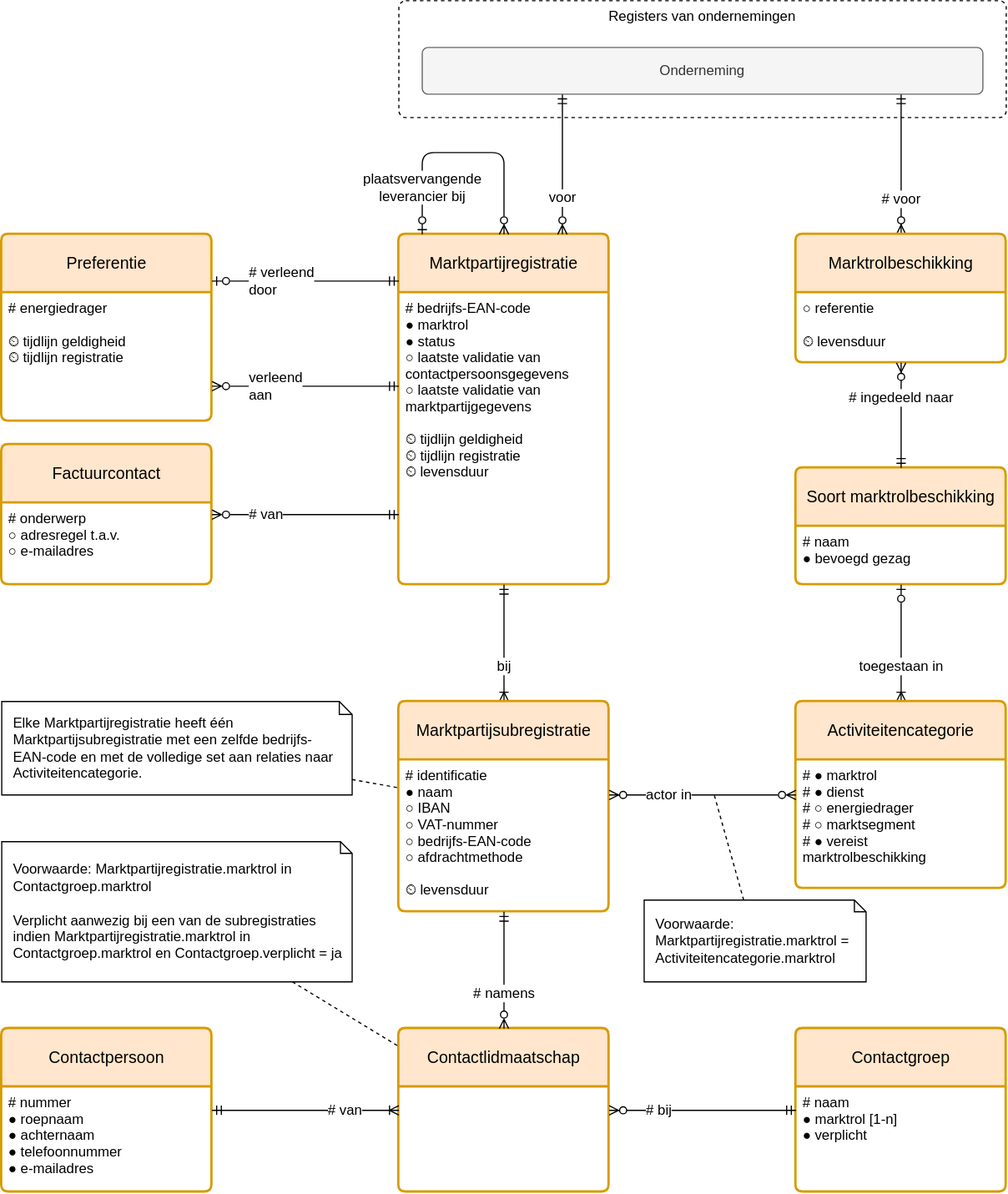
Before: registers/marktpartijenregister/1.7/marktpartijenregister.drawio.svg, a diagram exported from draw.io (netbeheernederland/stelsel). Source tidied: cells renumbered, new cells last; positions are measured from the earlier drawing's top-left corner, leaving out a move shared by most shapes. Its diagram source:
```xml
<mxGraphModel>
  <root>
    <mxCell id="0" />
    <mxCell id="1" parent="0" />
    <mxCell id="2" value="Registers van ondernemingen" style="rounded=1;whiteSpace=wrap;html=1;verticalAlign=top;sketch=0;fontSize=12;dashed=1;arcSize=12;absoluteArcSize=1;" parent="1" vertex="1">
      <mxGeometry x="340" width="520" height="100" as="geometry" />
    </mxCell>
    <mxCell id="3" value="# voor" style="fontSize=12;html=1;endArrow=ERzeroToMany;rounded=0;startArrow=ERmandOne;startFill=0;endFill=1;align=center;edgeStyle=elbowEdgeStyle;entryX=0.5;entryY=0;entryDx=0;entryDy=0;" parent="1" edge="1" source="22" target="4">
      <mxGeometry x="0.5" relative="1" as="geometry" />
    </mxCell>
    <mxCell id="4" value="Marktrolbeschikking" style="swimlane;horizontal=1;startSize=50;rounded=1;fontSize=14;fontStyle=0;strokeWidth=2;shadow=0;dashed=0;align=center;fillColor=#ffe6cc;strokeColor=#d79b00;arcSize=4;whiteSpace=wrap;spacing=10;" parent="1" vertex="1">
      <mxGeometry x="680" y="200" width="180" height="110" as="geometry" />
    </mxCell>
    <mxCell id="5" value="○ referentie&#10;&#10;⏲ levensduur" style="align=left;strokeColor=none;fillColor=none;spacingLeft=4;fontSize=12;verticalAlign=top;" parent="4" vertex="1">
      <mxGeometry y="50" width="180" height="60" as="geometry" />
    </mxCell>
    <mxCell id="6" value="Soort marktrolbeschikking" style="swimlane;horizontal=1;startSize=50;rounded=1;fontSize=14;fontStyle=0;strokeWidth=2;shadow=0;dashed=0;align=center;fillColor=#ffe6cc;strokeColor=#d79b00;arcSize=4;whiteSpace=wrap;spacing=10;" parent="1" vertex="1">
      <mxGeometry x="680" y="400" width="180" height="100" as="geometry" />
    </mxCell>
    <mxCell id="7" value="# naam&#10;● bevoegd gezag" style="align=left;strokeColor=none;fillColor=none;spacingLeft=4;fontSize=12;verticalAlign=top;" parent="6" vertex="1">
      <mxGeometry y="50" width="180" height="50" as="geometry" />
    </mxCell>
    <mxCell id="8" value="# ingedeeld naar" style="fontSize=12;html=1;endArrow=ERmandOne;rounded=0;endFill=0;startArrow=ERzeroToMany;startFill=1;align=center;edgeStyle=elbowEdgeStyle;" parent="1" edge="1" source="4" target="6">
      <mxGeometry x="-0.33" relative="1" as="geometry" />
    </mxCell>
    <mxCell id="9" value="Marktpartijregistratie" style="swimlane;horizontal=1;startSize=50;rounded=1;fontSize=14;fontStyle=0;strokeWidth=2;shadow=0;dashed=0;align=center;fillColor=#ffe6cc;strokeColor=#d79b00;arcSize=4;whiteSpace=wrap;spacing=10;" parent="1" vertex="1">
      <mxGeometry x="340" y="200" width="180" height="300" as="geometry" />
    </mxCell>
    <mxCell id="10" value="# bedrijfs-EAN-code&#10;● marktrol&#10;● status&#10;○ laatste validatie van&#10;   contactpersoonsgegevens&#10;○ laatste validatie van&#10;   marktpartijgegevens&#10;&#10;⏲ tijdlijn geldigheid&#10;⏲ tijdlijn registratie&#10;⏲ levensduur" style="align=left;strokeColor=none;fillColor=none;spacingLeft=4;fontSize=12;verticalAlign=top;" parent="9" vertex="1">
      <mxGeometry y="50" width="180" height="250" as="geometry" />
    </mxCell>
    <mxCell id="11" value="toegestaan in" style="fontSize=12;html=1;endArrow=ERzeroToOne;rounded=0;startArrow=ERoneToMany;startFill=0;endFill=0;edgeStyle=elbowEdgeStyle;align=center;" parent="1" edge="1" source="27" target="6">
      <mxGeometry x="-0.4" relative="1" as="geometry" />
    </mxCell>
    <mxCell id="12" value="voor" style="fontSize=12;html=1;endArrow=ERzeroToMany;rounded=0;startArrow=ERmandOne;startFill=0;endFill=0;edgeStyle=elbowEdgeStyle;align=center;" parent="1" edge="1" source="22" target="9">
      <mxGeometry x="0.5" relative="1" as="geometry">
        <Array as="points">
          <mxPoint x="480" y="150" />
          <mxPoint x="620" y="150" />
        </Array>
        <mxPoint y="-1" as="offset" />
      </mxGeometry>
    </mxCell>
    <mxCell id="13" value="bij" style="fontSize=12;html=1;endArrow=ERmandOne;rounded=0;startArrow=ERoneToMany;startFill=0;endFill=0;align=center;edgeStyle=elbowEdgeStyle;" parent="1" edge="1" source="29" target="9">
      <mxGeometry x="-0.4" relative="1" as="geometry" />
    </mxCell>
    <mxCell id="14" value="Preferentie" style="swimlane;horizontal=1;startSize=50;rounded=1;fontSize=14;fontStyle=0;strokeWidth=2;shadow=0;dashed=0;align=center;fillColor=#ffe6cc;strokeColor=#d79b00;arcSize=4;whiteSpace=wrap;spacing=10;" parent="1" vertex="1">
      <mxGeometry y="200" width="180" height="160" as="geometry" />
    </mxCell>
    <mxCell id="15" value="# energiedrager&#10;&#10;⏲ tijdlijn geldigheid&#10;⏲ tijdlijn registratie" style="align=left;strokeColor=none;fillColor=none;spacingLeft=4;fontSize=12;verticalAlign=top;" parent="14" vertex="1">
      <mxGeometry y="50" width="180" height="110" as="geometry" />
    </mxCell>
    <mxCell id="16" value="verleend&lt;br&gt;aan" style="fontSize=12;html=1;endArrow=ERmandOne;rounded=0;startArrow=ERzeroToMany;startFill=0;endFill=0;align=left;verticalAlign=middle;edgeStyle=elbowEdgeStyle;elbow=vertical;" parent="1" edge="1" source="14" target="9">
      <mxGeometry x="-0.62" relative="1" as="geometry">
        <Array as="points">
          <mxPoint x="280" y="330" />
          <mxPoint x="260" y="300" />
        </Array>
      </mxGeometry>
    </mxCell>
    <mxCell id="17" value="# verleend&lt;br&gt;door" style="fontSize=12;html=1;endArrow=ERmandOne;rounded=0;startArrow=ERzeroToOne;startFill=0;endFill=0;align=left;edgeStyle=elbowEdgeStyle;elbow=vertical;" parent="1" edge="1" source="14" target="9">
      <mxGeometry x="-0.62" relative="1" as="geometry">
        <Array as="points">
          <mxPoint x="260" y="240" />
        </Array>
      </mxGeometry>
    </mxCell>
    <mxCell id="18" value="plaatsvervangende&lt;br&gt;leverancier bij" style="fontSize=12;html=1;endArrow=ERzeroToOne;rounded=1;startArrow=ERzeroToMany;startFill=0;endFill=0;align=center;elbow=vertical;verticalAlign=middle;edgeStyle=orthogonalEdgeStyle;curved=0;" parent="1" edge="1" source="9" target="9">
      <mxGeometry x="0.62" relative="1" as="geometry">
        <Array as="points">
          <mxPoint x="430" y="130" />
          <mxPoint x="360" y="130" />
        </Array>
      </mxGeometry>
    </mxCell>
    <mxCell id="19" value="Factuurcontact" style="swimlane;horizontal=1;startSize=50;rounded=1;fontSize=14;fontStyle=0;strokeWidth=2;shadow=0;dashed=0;align=center;fillColor=#ffe6cc;strokeColor=#d79b00;arcSize=4;whiteSpace=wrap;spacing=10;" parent="1" vertex="1">
      <mxGeometry y="380" width="180" height="120" as="geometry" />
    </mxCell>
    <mxCell id="20" value="# onderwerp&#10;○ adresregel t.a.v.&#10;○ e-mailadres" style="align=left;strokeColor=none;fillColor=none;spacingLeft=4;fontSize=12;verticalAlign=top;" parent="19" vertex="1">
      <mxGeometry y="50" width="180" height="70" as="geometry" />
    </mxCell>
    <mxCell id="21" value="# van" style="fontSize=12;html=1;endArrow=ERzeroToMany;rounded=0;startArrow=ERmandOne;startFill=0;endFill=0;align=left;edgeStyle=elbowEdgeStyle;elbow=vertical;" parent="1" edge="1" source="9" target="19">
      <mxGeometry x="0.62" relative="1" as="geometry" />
    </mxCell>
    <mxCell id="22" value="Onderneming" style="rounded=1;arcSize=10;whiteSpace=wrap;html=1;align=center;absoluteArcSize=1;spacing=10;fillColor=#f5f5f5;fontColor=#333333;strokeColor=#666666;" parent="1" vertex="1">
      <mxGeometry x="360" y="40" width="480" height="40" as="geometry" />
    </mxCell>
    <mxCell id="23" value="Contactlidmaatschap" style="swimlane;horizontal=1;startSize=50;rounded=1;fontSize=14;fontStyle=0;strokeWidth=2;shadow=0;dashed=0;align=center;fillColor=#ffe6cc;strokeColor=#d79b00;arcSize=4;whiteSpace=wrap;html=1;spacing=10;" parent="1" vertex="1">
      <mxGeometry x="340" y="880" width="180" height="140" as="geometry" />
    </mxCell>
    <mxCell id="24" value=" " style="align=left;strokeColor=none;fillColor=none;spacingLeft=4;fontSize=12;verticalAlign=top;" parent="23" vertex="1">
      <mxGeometry y="50" width="180" height="90" as="geometry" />
    </mxCell>
    <mxCell id="25" value="Contactpersoon" style="swimlane;horizontal=1;startSize=50;rounded=1;fontSize=14;fontStyle=0;strokeWidth=2;shadow=0;dashed=0;align=center;fillColor=#ffe6cc;strokeColor=#d79b00;arcSize=4;whiteSpace=wrap;spacing=10;" parent="1" vertex="1">
      <mxGeometry y="880" width="180" height="140" as="geometry" />
    </mxCell>
    <mxCell id="26" value="# nummer&#10;● roepnaam&#10;● achternaam&#10;● telefoonnummer&#10;● e-mailadres" style="align=left;strokeColor=none;fillColor=none;spacingLeft=4;fontSize=12;verticalAlign=top;" parent="25" vertex="1">
      <mxGeometry y="50" width="180" height="90" as="geometry" />
    </mxCell>
    <mxCell id="27" value="Activiteitencategorie" style="swimlane;horizontal=1;startSize=50;rounded=1;fontSize=14;fontStyle=0;strokeWidth=2;shadow=0;dashed=0;align=center;fillColor=#ffe6cc;strokeColor=#d79b00;arcSize=4;whiteSpace=wrap;spacing=10;" parent="1" vertex="1">
      <mxGeometry x="680" y="600" width="180" height="160" as="geometry" />
    </mxCell>
    <mxCell id="28" value="# ● marktrol&#10;# ● dienst&#10;# ○ energiedrager&#10;# ○ marktsegment&#10;# ● vereist&#10;      marktrolbeschikking" style="align=left;strokeColor=none;fillColor=none;spacingLeft=4;fontSize=12;verticalAlign=top;" parent="27" vertex="1">
      <mxGeometry y="50" width="180" height="110" as="geometry" />
    </mxCell>
    <mxCell id="29" value="Marktpartijsubregistratie" style="swimlane;horizontal=1;startSize=50;rounded=1;fontSize=14;fontStyle=0;strokeWidth=2;shadow=0;dashed=0;align=center;fillColor=#ffe6cc;strokeColor=#d79b00;arcSize=4;whiteSpace=wrap;spacing=10;" parent="1" vertex="1">
      <mxGeometry x="340" y="600" width="180" height="180" as="geometry" />
    </mxCell>
    <mxCell id="30" value="# identificatie&#10;● naam&#10;○ IBAN&#10;○ VAT-nummer&#10;○ bedrijfs-EAN-code&#10;○ afdrachtmethode&#10;&#10;⏲ levensduur" style="align=left;strokeColor=none;fillColor=none;spacingLeft=4;fontSize=12;verticalAlign=top;" parent="29" vertex="1">
      <mxGeometry y="50" width="180" height="130" as="geometry" />
    </mxCell>
    <mxCell id="31" value="Elke Marktpartijregistratie heeft één Marktpartijsubregistratie met een zelfde bedrijfs-EAN-code en met de volledige set aan relaties naar Activiteitencategorie." style="shape=note;size=11;whiteSpace=wrap;align=left;verticalAlign=middle;spacing=10;" parent="1" vertex="1">
      <mxGeometry y="600" width="300" height="80" as="geometry" />
    </mxCell>
    <mxCell id="32" style="endArrow=none;dashed=1;html=1;rounded=0;" parent="1" edge="1" source="31" target="29">
      <mxGeometry relative="1" as="geometry" />
    </mxCell>
    <mxCell id="33" value="# namens" style="fontSize=12;html=1;endArrow=ERzeroToMany;rounded=0;startArrow=ERmandOne;startFill=0;endFill=0;align=center;edgeStyle=elbowEdgeStyle;" parent="1" edge="1" source="29" target="23">
      <mxGeometry x="0.4" relative="1" as="geometry" />
    </mxCell>
    <mxCell id="34" value="# van" style="fontSize=12;html=1;endArrow=ERmandOne;rounded=0;startArrow=ERoneToMany;startFill=0;endFill=0;align=right;" parent="1" edge="1" source="23" target="25">
      <mxGeometry x="-0.62" relative="1" as="geometry" />
    </mxCell>
    <mxCell id="35" value="Voorwaarde: Marktpartijregistratie.marktrol = Activiteitencategorie.marktrol" style="shape=note;size=10;whiteSpace=wrap;align=left;verticalAlign=middle;spacing=10;" parent="1" vertex="1">
      <mxGeometry x="550" y="770" width="190" height="70" as="geometry" />
    </mxCell>
    <mxCell id="36" style="endArrow=none;dashed=1;html=1;rounded=0;" parent="1" edge="1" source="35">
      <mxGeometry relative="1" as="geometry">
        <mxPoint x="610" y="680" as="targetPoint" />
      </mxGeometry>
    </mxCell>
    <mxCell id="37" value="actor in" style="fontSize=12;html=1;endArrow=ERzeroToMany;rounded=0;endFill=0;startArrow=ERzeroToMany;startFill=1;edgeStyle=elbowEdgeStyle;align=left;fontColor=#000000;elbow=vertical;" parent="1" edge="1" source="29" target="27">
      <mxGeometry x="-0.62" relative="1" as="geometry" />
    </mxCell>
    <mxCell id="38" value="Voorwaarde: Marktpartijregistratie.marktrol in Contactgroep.marktrol&lt;br&gt;&lt;br&gt;Verplicht aanwezig bij een van de subregistraties indien Marktpartijregistratie.marktrol in Contactgroep.marktrol en Contactgroep.verplicht = ja" style="shape=note;size=10;whiteSpace=wrap;html=1;align=left;verticalAlign=middle;spacing=10;" parent="1" vertex="1">
      <mxGeometry y="720" width="300" height="120" as="geometry" />
    </mxCell>
    <mxCell id="39" style="endArrow=none;dashed=1;html=1;rounded=0;" parent="1" edge="1" source="38" target="23">
      <mxGeometry relative="1" as="geometry" />
    </mxCell>
    <mxCell id="40" value="Contactgroep" style="swimlane;horizontal=1;startSize=50;rounded=1;fontSize=14;fontStyle=0;strokeWidth=2;shadow=0;dashed=0;align=center;fillColor=#ffe6cc;strokeColor=#d79b00;arcSize=4;whiteSpace=wrap;spacing=10;" parent="1" vertex="1">
      <mxGeometry x="680" y="880" width="180" height="140" as="geometry" />
    </mxCell>
    <mxCell id="41" value="# naam&#10;● marktrol [1-n]&#10;● verplicht&#10;&#10;" style="align=left;strokeColor=none;fillColor=none;spacingLeft=4;fontSize=12;verticalAlign=top;" parent="40" vertex="1">
      <mxGeometry y="50" width="180" height="90" as="geometry" />
    </mxCell>
    <mxCell id="42" value="# bij" style="fontSize=12;html=1;endArrow=ERzeroToMany;rounded=0;startArrow=ERmandOne;startFill=0;endFill=1;align=left;edgeStyle=elbowEdgeStyle;" parent="1" edge="1" source="40" target="23">
      <mxGeometry x="0.62" relative="1" as="geometry" />
    </mxCell>
  </root>
</mxGraphModel>
```
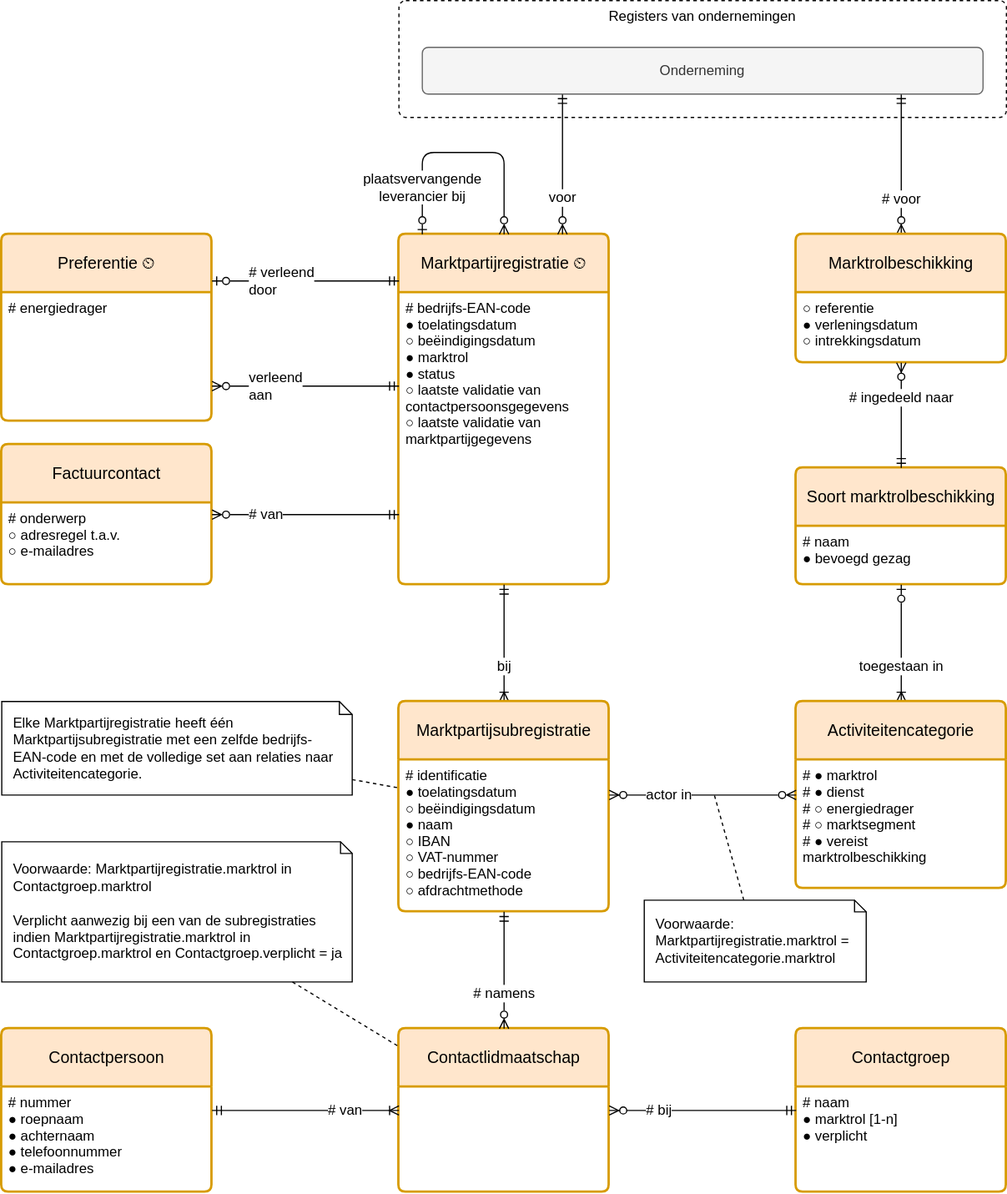
The same file after the commit.

Diff of the diagram source:
```diff
@@ -11,7 +11,7 @@
     <mxCell id="4" value="Marktrolbeschikking" style="swimlane;horizontal=1;startSize=50;rounded=1;fontSize=14;fontStyle=0;strokeWidth=2;shadow=0;dashed=0;align=center;fillColor=#ffe6cc;strokeColor=#d79b00;arcSize=4;whiteSpace=wrap;spacing=10;" parent="1" vertex="1">
       <mxGeometry x="680" y="200" width="180" height="110" as="geometry" />
     </mxCell>
-    <mxCell id="5" value="○ referentie&#10;&#10;⏲ levensduur" style="align=left;strokeColor=none;fillColor=none;spacingLeft=4;fontSize=12;verticalAlign=top;" parent="4" vertex="1">
+    <mxCell id="5" value="○ referentie&#10;● verleningsdatum&#10;○ intrekkingsdatum" style="align=left;strokeColor=none;fillColor=none;spacingLeft=4;fontSize=12;verticalAlign=top;" parent="4" vertex="1">
       <mxGeometry y="50" width="180" height="60" as="geometry" />
     </mxCell>
     <mxCell id="6" value="Soort marktrolbeschikking" style="swimlane;horizontal=1;startSize=50;rounded=1;fontSize=14;fontStyle=0;strokeWidth=2;shadow=0;dashed=0;align=center;fillColor=#ffe6cc;strokeColor=#d79b00;arcSize=4;whiteSpace=wrap;spacing=10;" parent="1" vertex="1">
@@ -23,10 +23,10 @@
     <mxCell id="8" value="# ingedeeld naar" style="fontSize=12;html=1;endArrow=ERmandOne;rounded=0;endFill=0;startArrow=ERzeroToMany;startFill=1;align=center;edgeStyle=elbowEdgeStyle;" parent="1" edge="1" source="4" target="6">
       <mxGeometry x="-0.33" relative="1" as="geometry" />
     </mxCell>
-    <mxCell id="9" value="Marktpartijregistratie" style="swimlane;horizontal=1;startSize=50;rounded=1;fontSize=14;fontStyle=0;strokeWidth=2;shadow=0;dashed=0;align=center;fillColor=#ffe6cc;strokeColor=#d79b00;arcSize=4;whiteSpace=wrap;spacing=10;" parent="1" vertex="1">
+    <mxCell id="9" value="Marktpartijregistratie ⏲" style="swimlane;horizontal=1;startSize=50;rounded=1;fontSize=14;fontStyle=0;strokeWidth=2;shadow=0;dashed=0;align=center;fillColor=#ffe6cc;strokeColor=#d79b00;arcSize=4;whiteSpace=wrap;spacing=10;" parent="1" vertex="1">
       <mxGeometry x="340" y="200" width="180" height="300" as="geometry" />
     </mxCell>
-    <mxCell id="10" value="# bedrijfs-EAN-code&#10;● marktrol&#10;● status&#10;○ laatste validatie van&#10;   contactpersoonsgegevens&#10;○ laatste validatie van&#10;   marktpartijgegevens&#10;&#10;⏲ tijdlijn geldigheid&#10;⏲ tijdlijn registratie&#10;⏲ levensduur" style="align=left;strokeColor=none;fillColor=none;spacingLeft=4;fontSize=12;verticalAlign=top;" parent="9" vertex="1">
+    <mxCell id="10" value="# bedrijfs-EAN-code&#10;● toelatingsdatum&#10;○ beëindigingsdatum&#10;● marktrol&#10;● status&#10;○ laatste validatie van&#10;   contactpersoonsgegevens&#10;○ laatste validatie van&#10;   marktpartijgegevens" style="align=left;strokeColor=none;fillColor=none;spacingLeft=4;fontSize=12;verticalAlign=top;" parent="9" vertex="1">
       <mxGeometry y="50" width="180" height="250" as="geometry" />
     </mxCell>
     <mxCell id="11" value="toegestaan in" style="fontSize=12;html=1;endArrow=ERzeroToOne;rounded=0;startArrow=ERoneToMany;startFill=0;endFill=0;edgeStyle=elbowEdgeStyle;align=center;" parent="1" edge="1" source="27" target="6">
@@ -44,10 +44,10 @@
     <mxCell id="13" value="bij" style="fontSize=12;html=1;endArrow=ERmandOne;rounded=0;startArrow=ERoneToMany;startFill=0;endFill=0;align=center;edgeStyle=elbowEdgeStyle;" parent="1" edge="1" source="29" target="9">
       <mxGeometry x="-0.4" relative="1" as="geometry" />
     </mxCell>
-    <mxCell id="14" value="Preferentie" style="swimlane;horizontal=1;startSize=50;rounded=1;fontSize=14;fontStyle=0;strokeWidth=2;shadow=0;dashed=0;align=center;fillColor=#ffe6cc;strokeColor=#d79b00;arcSize=4;whiteSpace=wrap;spacing=10;" parent="1" vertex="1">
+    <mxCell id="14" value="Preferentie ⏲" style="swimlane;horizontal=1;startSize=50;rounded=1;fontSize=14;fontStyle=0;strokeWidth=2;shadow=0;dashed=0;align=center;fillColor=#ffe6cc;strokeColor=#d79b00;arcSize=4;whiteSpace=wrap;spacing=10;" parent="1" vertex="1">
       <mxGeometry y="200" width="180" height="160" as="geometry" />
     </mxCell>
-    <mxCell id="15" value="# energiedrager&#10;&#10;⏲ tijdlijn geldigheid&#10;⏲ tijdlijn registratie" style="align=left;strokeColor=none;fillColor=none;spacingLeft=4;fontSize=12;verticalAlign=top;" parent="14" vertex="1">
+    <mxCell id="15" value="# energiedrager" style="align=left;strokeColor=none;fillColor=none;spacingLeft=4;fontSize=12;verticalAlign=top;" parent="14" vertex="1">
       <mxGeometry y="50" width="180" height="110" as="geometry" />
     </mxCell>
     <mxCell id="16" value="verleend&lt;br&gt;aan" style="fontSize=12;html=1;endArrow=ERmandOne;rounded=0;startArrow=ERzeroToMany;startFill=0;endFill=0;align=left;verticalAlign=middle;edgeStyle=elbowEdgeStyle;elbow=vertical;" parent="1" edge="1" source="14" target="9">
@@ -106,7 +106,7 @@
     <mxCell id="29" value="Marktpartijsubregistratie" style="swimlane;horizontal=1;startSize=50;rounded=1;fontSize=14;fontStyle=0;strokeWidth=2;shadow=0;dashed=0;align=center;fillColor=#ffe6cc;strokeColor=#d79b00;arcSize=4;whiteSpace=wrap;spacing=10;" parent="1" vertex="1">
       <mxGeometry x="340" y="600" width="180" height="180" as="geometry" />
     </mxCell>
-    <mxCell id="30" value="# identificatie&#10;● naam&#10;○ IBAN&#10;○ VAT-nummer&#10;○ bedrijfs-EAN-code&#10;○ afdrachtmethode&#10;&#10;⏲ levensduur" style="align=left;strokeColor=none;fillColor=none;spacingLeft=4;fontSize=12;verticalAlign=top;" parent="29" vertex="1">
+    <mxCell id="30" value="# identificatie&#10;● toelatingsdatum&#10;○ beëindigingsdatum&#10;● naam&#10;○ IBAN&#10;○ VAT-nummer&#10;○ bedrijfs-EAN-code&#10;○ afdrachtmethode" style="align=left;strokeColor=none;fillColor=none;spacingLeft=4;fontSize=12;verticalAlign=top;" parent="29" vertex="1">
       <mxGeometry y="50" width="180" height="130" as="geometry" />
     </mxCell>
     <mxCell id="31" value="Elke Marktpartijregistratie heeft één Marktpartijsubregistratie met een zelfde bedrijfs-EAN-code en met de volledige set aan relaties naar Activiteitencategorie." style="shape=note;size=11;whiteSpace=wrap;align=left;verticalAlign=middle;spacing=10;" parent="1" vertex="1">
```
